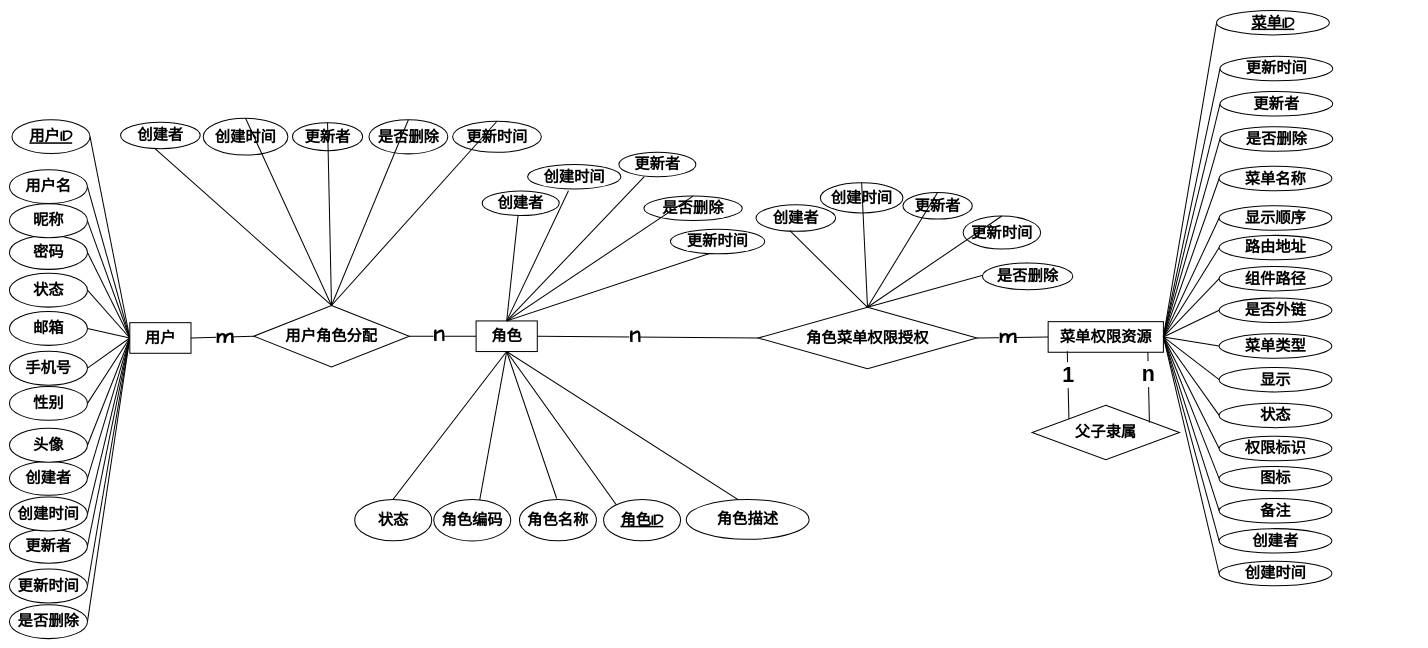
Earlier version of the draw.io diagram graph/权限模块ER图.drawio (zhangbird050801/bird-blog). Source tidied: cells renumbered, new cells numbered last; positions are measured from the earlier drawing's top-left corner, leaving out a move shared by most shapes. Both pictures are drawn from the tidied source at 51%, with x=0, y=0 at pixel (9, 10).
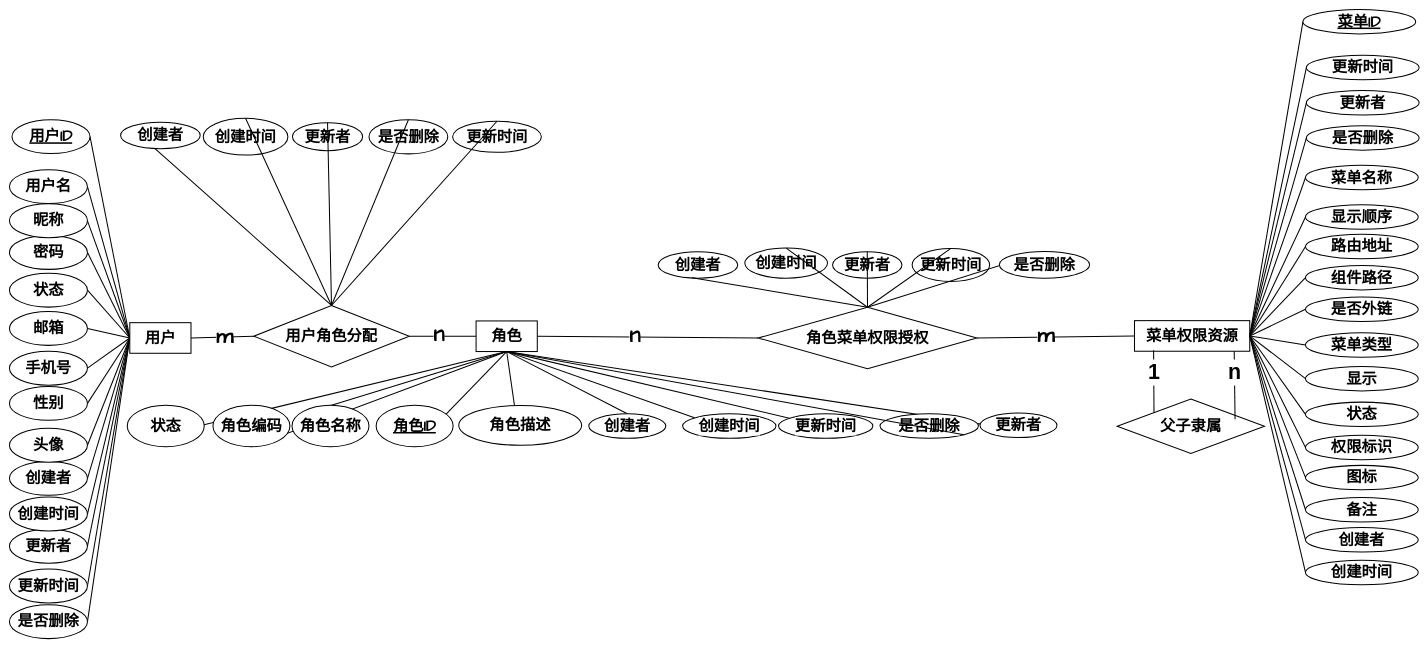
The same page after the edit.

Commit message (it also covers changes not shown here):
更新权限模块ER图.drawio

The change refers to these unchanged cells:
```xml
<mxCell id="2" value="角色" style="rounded=0;whiteSpace=wrap;html=1;fontSize=30;fontFamily=Comic Sans MS;fontStyle=1;strokeColor=default;strokeWidth=2;align=center;verticalAlign=middle;fontColor=default;labelBackgroundColor=default;" parent="1" vertex="1">
  <mxGeometry x="915" y="608.8" width="120" height="60" as="geometry" />
</mxCell>
```

Diff of the diagram source:
```diff
@@
     <mxCell id="3" value="菜单权限资源" style="rounded=0;whiteSpace=wrap;html=1;fontSize=30;fontFamily=Comic Sans MS;fontStyle=1;strokeColor=default;strokeWidth=2;align=center;verticalAlign=middle;fontColor=default;labelBackgroundColor=default;" parent="1" vertex="1">
-      <mxGeometry x="2036.7" y="610.2" width="226" height="60" as="geometry" />
+      <mxGeometry x="2206" y="608.2" width="226" height="60" as="geometry" />
     </mxCell>
@@
     <mxCell id="39" value="&lt;u&gt;角色ID&lt;/u&gt;" style="ellipse;whiteSpace=wrap;html=1;flipV=1;flipH=1;fontSize=30;fontFamily=Comic Sans MS;fontStyle=1;rounded=0;strokeWidth=2;align=center;verticalAlign=middle;labelBackgroundColor=none;" parent="1" vertex="1">
-      <mxGeometry x="1165" y="958.8" width="151" height="81.2" as="geometry" />
+      <mxGeometry x="719" y="774.2" width="151" height="81.2" as="geometry" />
     </mxCell>
@@
     <mxCell id="41" value="状态" style="ellipse;whiteSpace=wrap;html=1;flipV=1;flipH=1;fontSize=30;fontFamily=Comic Sans MS;fontStyle=1;rounded=0;strokeColor=default;strokeWidth=2;align=center;verticalAlign=middle;fontColor=default;labelBackgroundColor=default;" parent="1" vertex="1">
-      <mxGeometry x="677" y="958.8" width="151" height="81.2" as="geometry" />
+      <mxGeometry x="231" y="774.2" width="151" height="81.2" as="geometry" />
     </mxCell>
-    <mxCell id="42" style="rounded=0;jettySize=auto;html=1;exitX=1;exitY=1;exitDx=0;exitDy=0;entryX=0.5;entryY=1;entryDx=0;entryDy=0;endArrow=none;endFill=0;fontSize=30;fontFamily=Comic Sans MS;fontStyle=1;strokeColor=default;strokeWidth=2;align=center;verticalAlign=middle;fontColor=default;labelBackgroundColor=default;" parent="1" edge="1" source="43" target="2">
+    <mxCell id="42" style="rounded=0;jettySize=auto;html=1;exitX=0.5;exitY=1;exitDx=0;exitDy=0;entryX=0.5;entryY=1;entryDx=0;entryDy=0;endArrow=none;endFill=0;fontSize=30;fontFamily=Comic Sans MS;fontStyle=1;strokeColor=default;strokeWidth=2;align=center;verticalAlign=middle;fontColor=default;labelBackgroundColor=default;" parent="1" edge="1" source="43" target="2">
       <mxGeometry relative="1" as="geometry" />
     </mxCell>
     <mxCell id="43" value="角色描述" style="ellipse;whiteSpace=wrap;html=1;flipV=1;flipH=1;fontSize=30;fontFamily=Comic Sans MS;fontStyle=1;rounded=0;strokeColor=default;strokeWidth=2;align=center;verticalAlign=middle;fontColor=default;labelBackgroundColor=default;" parent="1" vertex="1">
-      <mxGeometry x="1327" y="959" width="241" height="78" as="geometry" />
+      <mxGeometry x="881" y="774.5" width="241" height="78" as="geometry" />
     </mxCell>
@@
     <mxCell id="45" value="角色编码" style="ellipse;whiteSpace=wrap;html=1;flipV=1;flipH=1;fontSize=30;fontFamily=Comic Sans MS;fontStyle=1;rounded=0;strokeColor=default;strokeWidth=2;align=center;verticalAlign=middle;fontColor=default;labelBackgroundColor=default;" parent="1" vertex="1">
-      <mxGeometry x="832" y="959" width="151" height="81.2" as="geometry" />
+      <mxGeometry x="399" y="774.2" width="151" height="81.2" as="geometry" />
     </mxCell>
-    <mxCell id="46" style="rounded=0;jettySize=auto;html=1;entryX=0.5;entryY=1;entryDx=0;entryDy=0;endArrow=none;endFill=0;fontSize=30;fontFamily=Comic Sans MS;fontStyle=1;strokeColor=default;strokeWidth=2;align=center;verticalAlign=middle;fontColor=default;labelBackgroundColor=default;" parent="1" edge="1" target="2">
-      <mxGeometry relative="1" as="geometry">
-        <mxPoint x="1073" y="957" as="sourcePoint" />
-      </mxGeometry>
+    <mxCell id="46" style="rounded=0;jettySize=auto;html=1;entryX=0.5;entryY=1;entryDx=0;entryDy=0;endArrow=none;endFill=0;fontSize=30;fontFamily=Comic Sans MS;fontStyle=1;strokeColor=default;strokeWidth=2;align=center;verticalAlign=middle;fontColor=default;labelBackgroundColor=default;exitX=0.592;exitY=0.939;exitDx=0;exitDy=0;exitPerimeter=0;" parent="1" edge="1" source="47" target="2">
+      <mxGeometry relative="1" as="geometry" />
     </mxCell>
     <mxCell id="47" value="角色名称" style="ellipse;whiteSpace=wrap;html=1;flipV=1;flipH=1;fontSize=30;fontFamily=Comic Sans MS;fontStyle=1;rounded=0;strokeColor=default;strokeWidth=2;align=center;verticalAlign=middle;fontColor=default;labelBackgroundColor=default;" parent="1" vertex="1">
-      <mxGeometry x="1000" y="958.8" width="151" height="81.2" as="geometry" />
+      <mxGeometry x="554" y="774.2" width="151" height="81.2" as="geometry" />
     </mxCell>
-    <mxCell id="48" style="rounded=0;jettySize=auto;html=1;exitX=0.5;exitY=0;exitDx=0;exitDy=0;entryX=0.5;entryY=0;entryDx=0;entryDy=0;endArrow=none;endFill=0;fontSize=30;fontFamily=Comic Sans MS;fontStyle=1;strokeColor=default;strokeWidth=2;align=center;verticalAlign=middle;fontColor=default;labelBackgroundColor=default;" parent="1" edge="1" source="49" target="2">
+    <mxCell id="48" style="rounded=0;jettySize=auto;html=1;exitX=0.5;exitY=0;exitDx=0;exitDy=0;entryX=0.5;entryY=1;entryDx=0;entryDy=0;endArrow=none;endFill=0;fontSize=30;fontFamily=Comic Sans MS;fontStyle=1;strokeColor=default;strokeWidth=2;align=center;verticalAlign=middle;fontColor=default;labelBackgroundColor=default;" parent="1" edge="1" source="49" target="2">
       <mxGeometry relative="1" as="geometry" />
     </mxCell>
     <mxCell id="49" value="创建者" style="ellipse;whiteSpace=wrap;html=1;flipV=1;flipH=1;fontSize=30;fontFamily=Comic Sans MS;fontStyle=1;rounded=0;strokeColor=default;strokeWidth=2;align=center;verticalAlign=middle;fontColor=default;labelBackgroundColor=default;" parent="1" vertex="1">
-      <mxGeometry x="927" y="354" width="151" height="48" as="geometry" />
+      <mxGeometry x="1136" y="790.9" width="151" height="48" as="geometry" />
     </mxCell>
-    <mxCell id="50" style="rounded=0;jettySize=auto;html=1;exitX=0.552;exitY=0.052;exitDx=0;exitDy=0;endArrow=none;endFill=0;fontSize=30;fontFamily=Comic Sans MS;exitPerimeter=0;entryX=0.5;entryY=0;entryDx=0;entryDy=0;fontStyle=1;strokeColor=default;strokeWidth=2;align=center;verticalAlign=middle;fontColor=default;labelBackgroundColor=default;" parent="1" edge="1" source="102" target="2">
+    <mxCell id="50" style="rounded=0;jettySize=auto;html=1;exitX=1;exitY=1;exitDx=0;exitDy=0;endArrow=none;endFill=0;fontSize=30;fontFamily=Comic Sans MS;entryX=0.5;entryY=1;entryDx=0;entryDy=0;fontStyle=1;strokeColor=default;strokeWidth=2;align=center;verticalAlign=middle;fontColor=default;labelBackgroundColor=default;" parent="1" edge="1" source="102" target="2">
       <mxGeometry relative="1" as="geometry" />
     </mxCell>
-    <mxCell id="51" style="rounded=0;jettySize=auto;html=1;exitX=0.562;exitY=-0.07;exitDx=0;exitDy=0;endArrow=none;endFill=0;fontSize=30;fontFamily=Comic Sans MS;entryX=0.5;entryY=0;entryDx=0;entryDy=0;fontStyle=1;exitPerimeter=0;strokeColor=default;strokeWidth=2;align=center;verticalAlign=middle;fontColor=default;labelBackgroundColor=default;" parent="1" edge="1" source="53" target="2">
+    <mxCell id="51" style="rounded=0;jettySize=auto;html=1;exitX=0.873;exitY=0.842;exitDx=0;exitDy=0;endArrow=none;endFill=0;fontSize=30;fontFamily=Comic Sans MS;entryX=0.5;entryY=1;entryDx=0;entryDy=0;fontStyle=1;exitPerimeter=0;strokeColor=default;strokeWidth=2;align=center;verticalAlign=middle;fontColor=default;labelBackgroundColor=default;" parent="1" edge="1" source="53" target="2">
       <mxGeometry relative="1" as="geometry" />
     </mxCell>
-    <mxCell id="52" style="rounded=0;jettySize=auto;html=1;exitX=0.67;exitY=0;exitDx=0;exitDy=0;entryX=0.5;entryY=0;entryDx=0;entryDy=0;endArrow=none;endFill=0;fontSize=30;fontFamily=Comic Sans MS;fontStyle=1;exitPerimeter=0;strokeColor=default;strokeWidth=2;align=center;verticalAlign=middle;fontColor=default;labelBackgroundColor=default;" parent="1" edge="1" source="90" target="2">
+    <mxCell id="52" style="rounded=0;jettySize=auto;html=1;exitX=1;exitY=1;exitDx=0;exitDy=0;entryX=0.5;entryY=1;entryDx=0;entryDy=0;endArrow=none;endFill=0;fontSize=30;fontFamily=Comic Sans MS;fontStyle=1;strokeColor=default;strokeWidth=2;align=center;verticalAlign=middle;fontColor=default;labelBackgroundColor=default;" parent="1" edge="1" source="90" target="2">
       <mxGeometry relative="1" as="geometry" />
     </mxCell>
     <mxCell id="53" value="创建时间" style="ellipse;whiteSpace=wrap;html=1;flipV=1;flipH=1;fontSize=30;fontFamily=Comic Sans MS;fontStyle=1;rounded=0;strokeColor=default;strokeWidth=2;align=center;verticalAlign=middle;fontColor=default;labelBackgroundColor=default;" parent="1" vertex="1">
-      <mxGeometry x="1016" y="302" width="183" height="48" as="geometry" />
+      <mxGeometry x="1320" y="790.9" width="183" height="48" as="geometry" />
     </mxCell>
     <mxCell id="54" value="是否删除" style="ellipse;whiteSpace=wrap;html=1;flipV=1;flipH=1;fontSize=30;fontFamily=Comic Sans MS;fontStyle=1;rounded=0;strokeColor=default;strokeWidth=2;align=center;verticalAlign=middle;fontColor=default;labelBackgroundColor=default;" parent="1" vertex="1">
-      <mxGeometry x="1244" y="364" width="193" height="48" as="geometry" />
+      <mxGeometry x="1707" y="790.9" width="193" height="48" as="geometry" />
     </mxCell>
@@
     <mxCell id="56" value="&lt;u&gt;菜单ID&lt;/u&gt;" style="ellipse;whiteSpace=wrap;html=1;fontSize=30;fontFamily=Comic Sans MS;fontStyle=1;rounded=0;strokeWidth=2;align=center;verticalAlign=middle;labelBackgroundColor=none;" parent="1" vertex="1">
-      <mxGeometry x="2367" width="221" height="48" as="geometry" />
+      <mxGeometry x="2536.3" y="-2" width="221" height="48" as="geometry" />
     </mxCell>
@@
     <mxCell id="58" value="状态" style="ellipse;whiteSpace=wrap;html=1;fontSize=30;fontFamily=Comic Sans MS;fontStyle=1;rounded=0;strokeColor=default;strokeWidth=2;align=center;verticalAlign=middle;fontColor=default;labelBackgroundColor=default;" parent="1" vertex="1">
-      <mxGeometry x="2372" y="770" width="221" height="48" as="geometry" />
+      <mxGeometry x="2541.3" y="768" width="221" height="48" as="geometry" />
     </mxCell>
@@
     <mxCell id="60" value="显示" style="ellipse;whiteSpace=wrap;html=1;fontSize=30;fontFamily=Comic Sans MS;fontStyle=1;rounded=0;strokeColor=default;strokeWidth=2;align=center;verticalAlign=middle;fontColor=default;labelBackgroundColor=default;" parent="1" vertex="1">
-      <mxGeometry x="2372" y="700" width="221" height="48" as="geometry" />
+      <mxGeometry x="2541.3" y="698" width="221" height="48" as="geometry" />
     </mxCell>
@@
     <mxCell id="62" value="菜单类型" style="ellipse;whiteSpace=wrap;html=1;fontSize=30;fontFamily=Comic Sans MS;fontStyle=1;rounded=0;strokeColor=default;strokeWidth=2;align=center;verticalAlign=middle;fontColor=default;labelBackgroundColor=default;" parent="1" vertex="1">
-      <mxGeometry x="2372" y="634" width="221" height="48" as="geometry" />
+      <mxGeometry x="2541.3" y="632" width="221" height="48" as="geometry" />
     </mxCell>
@@
     <mxCell id="64" value="是否外链" style="ellipse;whiteSpace=wrap;html=1;fontSize=30;fontFamily=Comic Sans MS;fontStyle=1;rounded=0;strokeColor=default;strokeWidth=2;align=center;verticalAlign=middle;fontColor=default;labelBackgroundColor=default;" parent="1" vertex="1">
-      <mxGeometry x="2372" y="564" width="221" height="48" as="geometry" />
+      <mxGeometry x="2541.3" y="562" width="221" height="48" as="geometry" />
     </mxCell>
@@
     <mxCell id="66" value="组件路径" style="ellipse;whiteSpace=wrap;html=1;fontSize=30;fontFamily=Comic Sans MS;fontStyle=1;rounded=0;strokeColor=default;strokeWidth=2;align=center;verticalAlign=middle;fontColor=default;labelBackgroundColor=default;" parent="1" vertex="1">
-      <mxGeometry x="2372" y="502" width="221" height="48" as="geometry" />
+      <mxGeometry x="2541.3" y="500" width="221" height="48" as="geometry" />
     </mxCell>
@@
     <mxCell id="68" value="路由地址" style="ellipse;whiteSpace=wrap;html=1;fontSize=30;fontFamily=Comic Sans MS;fontStyle=1;rounded=0;strokeColor=default;strokeWidth=2;align=center;verticalAlign=middle;fontColor=default;labelBackgroundColor=default;" parent="1" vertex="1">
-      <mxGeometry x="2372" y="441" width="221" height="48" as="geometry" />
+      <mxGeometry x="2541.3" y="439" width="221" height="48" as="geometry" />
     </mxCell>
@@
     <mxCell id="70" value="显示顺序" style="ellipse;whiteSpace=wrap;html=1;fontSize=30;fontFamily=Comic Sans MS;fontStyle=1;rounded=0;strokeColor=default;strokeWidth=2;align=center;verticalAlign=middle;fontColor=default;labelBackgroundColor=default;" parent="1" vertex="1">
-      <mxGeometry x="2372" y="383" width="221" height="48" as="geometry" />
+      <mxGeometry x="2541.3" y="381" width="221" height="48" as="geometry" />
     </mxCell>
@@
     <mxCell id="72" value="菜单名称" style="ellipse;whiteSpace=wrap;html=1;fontSize=30;fontFamily=Comic Sans MS;fontStyle=1;rounded=0;strokeColor=default;strokeWidth=2;align=center;verticalAlign=middle;fontColor=default;labelBackgroundColor=default;" parent="1" vertex="1">
-      <mxGeometry x="2372" y="305.5" width="221" height="48" as="geometry" />
+      <mxGeometry x="2541.3" y="303.5" width="221" height="48" as="geometry" />
     </mxCell>
@@
     <mxCell id="74" value="备注" style="ellipse;whiteSpace=wrap;html=1;fontSize=30;fontFamily=Comic Sans MS;fontStyle=1;rounded=0;strokeColor=default;strokeWidth=2;align=center;verticalAlign=middle;fontColor=default;labelBackgroundColor=default;" parent="1" vertex="1">
-      <mxGeometry x="2372" y="957" width="221" height="48" as="geometry" />
+      <mxGeometry x="2541.3" y="955" width="221" height="48" as="geometry" />
     </mxCell>
@@
     <mxCell id="76" value="图标" style="ellipse;whiteSpace=wrap;html=1;fontSize=30;fontFamily=Comic Sans MS;fontStyle=1;rounded=0;strokeColor=default;strokeWidth=2;align=center;verticalAlign=middle;fontColor=default;labelBackgroundColor=default;" parent="1" vertex="1">
-      <mxGeometry x="2372" y="894" width="221" height="48" as="geometry" />
+      <mxGeometry x="2541.3" y="892" width="221" height="48" as="geometry" />
     </mxCell>
@@
     <mxCell id="78" value="权限标识" style="ellipse;whiteSpace=wrap;html=1;fontSize=30;fontFamily=Comic Sans MS;fontStyle=1;rounded=0;strokeColor=default;strokeWidth=2;align=center;verticalAlign=middle;fontColor=default;labelBackgroundColor=default;" parent="1" vertex="1">
-      <mxGeometry x="2372" y="835" width="221" height="48" as="geometry" />
+      <mxGeometry x="2541.3" y="833" width="221" height="48" as="geometry" />
     </mxCell>
@@
     <mxCell id="80" value="创建者" style="ellipse;whiteSpace=wrap;html=1;fontSize=30;fontFamily=Comic Sans MS;fontStyle=1;rounded=0;strokeColor=default;strokeWidth=2;align=center;verticalAlign=middle;fontColor=default;labelBackgroundColor=default;" parent="1" vertex="1">
-      <mxGeometry x="2372" y="1016" width="221" height="48" as="geometry" />
+      <mxGeometry x="2541.3" y="1014" width="221" height="48" as="geometry" />
     </mxCell>
@@
     <mxCell id="82" value="创建时间" style="ellipse;whiteSpace=wrap;html=1;fontSize=30;fontFamily=Comic Sans MS;fontStyle=1;rounded=0;strokeColor=default;strokeWidth=2;align=center;verticalAlign=middle;fontColor=default;labelBackgroundColor=default;" parent="1" vertex="1">
-      <mxGeometry x="2372" y="1080" width="221" height="48" as="geometry" />
+      <mxGeometry x="2541.3" y="1078" width="221" height="48" as="geometry" />
     </mxCell>
@@
     <mxCell id="84" value="更新时间" style="ellipse;whiteSpace=wrap;html=1;fontSize=30;fontFamily=Comic Sans MS;fontStyle=1;rounded=0;strokeColor=default;strokeWidth=2;align=center;verticalAlign=middle;fontColor=default;labelBackgroundColor=default;" parent="1" vertex="1">
-      <mxGeometry x="2373.7" y="90" width="221" height="48" as="geometry" />
+      <mxGeometry x="2543" y="88" width="221" height="48" as="geometry" />
     </mxCell>
@@
     <mxCell id="86" value="更新者" style="ellipse;whiteSpace=wrap;html=1;fontSize=30;fontFamily=Comic Sans MS;fontStyle=1;rounded=0;strokeColor=default;strokeWidth=2;align=center;verticalAlign=middle;fontColor=default;labelBackgroundColor=default;" parent="1" vertex="1">
-      <mxGeometry x="2373.7" y="159" width="221" height="48" as="geometry" />
+      <mxGeometry x="2543" y="157" width="221" height="48" as="geometry" />
     </mxCell>
@@
     <mxCell id="88" value="是否删除" style="ellipse;whiteSpace=wrap;html=1;fontSize=30;fontFamily=Comic Sans MS;fontStyle=1;rounded=0;strokeColor=default;strokeWidth=2;align=center;verticalAlign=middle;fontColor=default;labelBackgroundColor=default;" parent="1" vertex="1">
-      <mxGeometry x="2373.7" y="228" width="221" height="48" as="geometry" />
+      <mxGeometry x="2543" y="226" width="221" height="48" as="geometry" />
     </mxCell>
@@
     <mxCell id="90" value="更新者" style="ellipse;whiteSpace=wrap;html=1;flipV=1;flipH=1;fontSize=30;fontFamily=Comic Sans MS;fontStyle=1;rounded=0;strokeColor=default;strokeWidth=2;align=center;verticalAlign=middle;fontColor=default;labelBackgroundColor=default;" parent="1" vertex="1">
-      <mxGeometry x="1195" y="278" width="151" height="48" as="geometry" />
+      <mxGeometry x="1903" y="789.5" width="151" height="48" as="geometry" />
     </mxCell>
@@
-    <mxCell id="101" style="rounded=0;jettySize=auto;html=1;exitX=0.5;exitY=0;exitDx=0;exitDy=0;entryX=0.5;entryY=0;entryDx=0;entryDy=0;endArrow=none;endFill=0;fontSize=30;fontFamily=Comic Sans MS;fontStyle=1;strokeColor=default;strokeWidth=2;align=center;verticalAlign=middle;fontColor=default;labelBackgroundColor=default;" parent="1" edge="1" source="54" target="2">
+    <mxCell id="101" style="rounded=0;jettySize=auto;html=1;exitX=1;exitY=1;exitDx=0;exitDy=0;entryX=0.5;entryY=1;entryDx=0;entryDy=0;endArrow=none;endFill=0;fontSize=30;fontFamily=Comic Sans MS;fontStyle=1;strokeColor=default;strokeWidth=2;align=center;verticalAlign=middle;fontColor=default;labelBackgroundColor=default;" parent="1" edge="1" source="54" target="2">
       <mxGeometry relative="1" as="geometry" />
     </mxCell>
     <mxCell id="102" value="更新时间" style="ellipse;whiteSpace=wrap;html=1;flipV=1;flipH=1;fontSize=30;fontFamily=Comic Sans MS;fontStyle=1;rounded=0;strokeColor=default;strokeWidth=2;align=center;verticalAlign=middle;fontColor=default;labelBackgroundColor=default;" parent="1" vertex="1">
-      <mxGeometry x="1296" y="429" width="185" height="48" as="geometry" />
+      <mxGeometry x="1508" y="790.9" width="185" height="48" as="geometry" />
     </mxCell>
@@
     <mxCell id="108" value="创建者" style="ellipse;whiteSpace=wrap;html=1;flipV=1;flipH=1;fontSize=30;fontFamily=Comic Sans MS;fontStyle=1;rounded=0;strokeColor=default;strokeWidth=2;align=center;verticalAlign=middle;fontColor=default;labelBackgroundColor=default;" parent="1" vertex="1">
-      <mxGeometry x="1464" y="381" width="156" height="52" as="geometry" />
+      <mxGeometry x="1272" y="473" width="156" height="52" as="geometry" />
     </mxCell>
@@
     <mxCell id="110" value="创建时间" style="ellipse;whiteSpace=wrap;html=1;flipV=1;flipH=1;fontSize=30;fontFamily=Comic Sans MS;fontStyle=1;rounded=0;strokeColor=default;strokeWidth=2;align=center;verticalAlign=middle;fontColor=default;labelBackgroundColor=default;" parent="1" vertex="1">
-      <mxGeometry x="1590" y="338" width="162" height="59" as="geometry" />
+      <mxGeometry x="1442" y="466" width="162" height="59" as="geometry" />
     </mxCell>
     <mxCell id="111" value="更新者" style="ellipse;whiteSpace=wrap;html=1;flipV=1;flipH=1;fontSize=30;fontFamily=Comic Sans MS;fontStyle=1;rounded=0;strokeColor=default;strokeWidth=2;align=center;verticalAlign=middle;fontColor=default;labelBackgroundColor=default;" parent="1" vertex="1">
-      <mxGeometry x="1752" y="357" width="136" height="52" as="geometry" />
+      <mxGeometry x="1614" y="473" width="136" height="52" as="geometry" />
     </mxCell>
     <mxCell id="112" value="更新时间" style="ellipse;whiteSpace=wrap;html=1;flipV=1;flipH=1;fontSize=30;fontFamily=Comic Sans MS;fontStyle=1;rounded=0;strokeColor=default;strokeWidth=2;align=center;verticalAlign=middle;fontColor=default;labelBackgroundColor=default;" parent="1" vertex="1">
-      <mxGeometry x="1870" y="403.1" width="152" height="64.8" as="geometry" />
+      <mxGeometry x="1770" y="466.6" width="152" height="64.8" as="geometry" />
     </mxCell>
@@
     <mxCell id="117" value="是否删除" style="ellipse;whiteSpace=wrap;html=1;flipV=1;flipH=1;fontSize=30;fontFamily=Comic Sans MS;fontStyle=1;rounded=0;strokeColor=default;strokeWidth=2;align=center;verticalAlign=middle;fontColor=default;labelBackgroundColor=default;" parent="1" vertex="1">
-      <mxGeometry x="1908" y="495" width="177" height="52.5" as="geometry" />
+      <mxGeometry x="1941" y="472.5" width="177" height="52.5" as="geometry" />
     </mxCell>
     <mxCell id="118" value="父子隶属" style="rhombus;whiteSpace=wrap;html=1;fontSize=30;fontFamily=Comic Sans MS;fontStyle=1;rounded=0;strokeColor=default;align=center;verticalAlign=middle;fontColor=default;labelBackgroundColor=default;strokeWidth=2;" parent="1" vertex="1">
-      <mxGeometry x="2005.2" y="774.2" width="289" height="106.5" as="geometry" />
+      <mxGeometry x="2172" y="762" width="289" height="106.5" as="geometry" />
     </mxCell>
     <mxCell id="119" style="rounded=0;jettySize=auto;html=1;strokeColor=default;endArrow=none;endFill=0;entryX=0.123;entryY=0.972;entryDx=0;entryDy=0;exitX=0;exitY=0;exitDx=0;exitDy=0;fontSize=30;fontStyle=1;align=center;verticalAlign=middle;fontFamily=Comic Sans MS;fontColor=default;labelBackgroundColor=default;strokeWidth=2;entryPerimeter=0;" parent="1" edge="1" source="118">
       <mxGeometry relative="1" as="geometry">
-        <mxPoint x="2074.2" y="668.2" as="targetPoint" />
+        <mxPoint x="2243.5" y="666.2" as="targetPoint" />
       </mxGeometry>
     </mxCell>
@@
-    <mxCell id="121" style="rounded=0;jettySize=auto;html=1;strokeColor=default;endArrow=none;endFill=0;exitX=0.796;exitY=0.319;exitDx=0;exitDy=0;fontSize=30;fontStyle=1;align=center;verticalAlign=middle;fontFamily=Comic Sans MS;fontColor=default;labelBackgroundColor=default;strokeWidth=2;exitPerimeter=0;" parent="1" edge="1" source="118">
+    <mxCell id="121" style="rounded=0;jettySize=auto;html=1;strokeColor=default;endArrow=none;endFill=0;exitX=0.8;exitY=0.371;exitDx=0;exitDy=0;fontSize=30;fontStyle=1;align=center;verticalAlign=middle;fontFamily=Comic Sans MS;fontColor=default;labelBackgroundColor=default;strokeWidth=2;exitPerimeter=0;" parent="1" edge="1" source="118">
       <mxGeometry relative="1" as="geometry">
-        <mxPoint x="2232.2" y="670.2" as="targetPoint" />
+        <mxPoint x="2401.5" y="668.2" as="targetPoint" />
       </mxGeometry>
     </mxCell>
```
